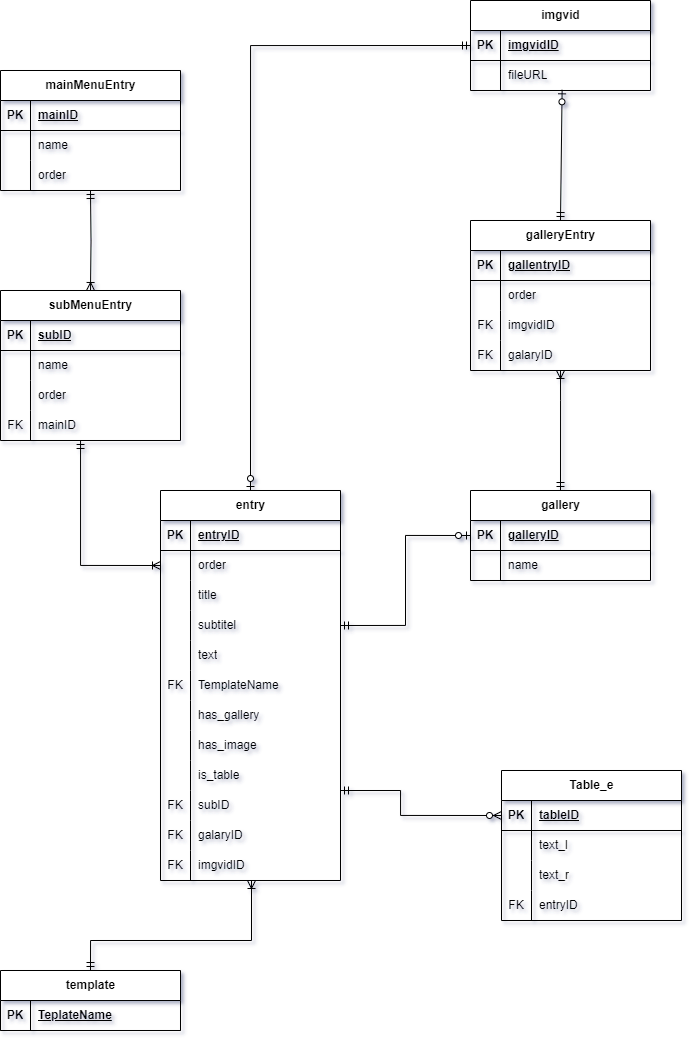
This is src/db/schema.png from Werzu25/MusikbezirkSilz, a draw.io export, as it was before one commit. Source tidied: cells renumbered, new cells last; positions are measured from the earlier drawing's top-left corner, leaving out a move shared by most shapes.
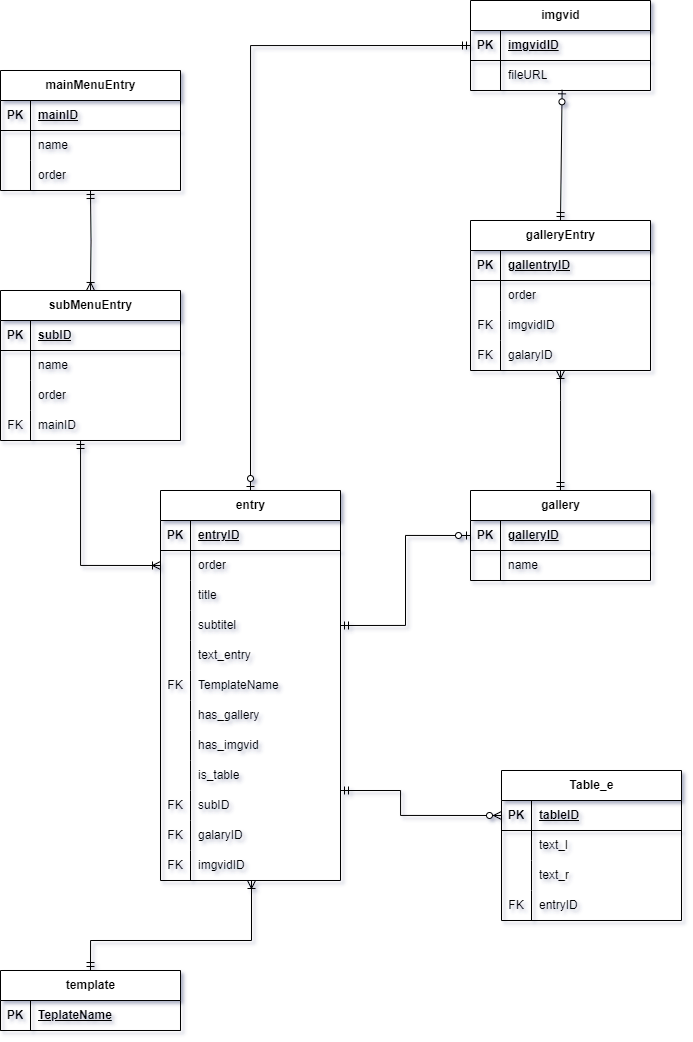
Later version of the same file.

What changed in the source:
```diff
@@ -277,7 +277,7 @@
     <mxCell id="87" style="shape=tableRow;horizontal=0;startSize=0;swimlaneHead=0;swimlaneBody=0;fillColor=none;top=0;left=0;right=0;bottom=0;" parent="1" vertex="1">
       <mxGeometry x="160" y="650" width="180" height="30" as="geometry" />
     </mxCell>
-    <mxCell id="88" value="text" style="shape=partialRectangle;fillColor=none;top=0;left=1;bottom=0;right=0;align=left;spacingLeft=6;overflow=hidden;whiteSpace=wrap;html=1;" parent="87" vertex="1">
+    <mxCell id="88" value="text_entry" style="shape=partialRectangle;fillColor=none;top=0;left=1;bottom=0;right=0;align=left;spacingLeft=6;overflow=hidden;whiteSpace=wrap;html=1;" parent="87" vertex="1">
       <mxGeometry x="30" y="-10" width="150" height="30" as="geometry" />
     </mxCell>
     <mxCell id="89" style="shape=tableRow;horizontal=0;startSize=0;swimlaneHead=0;swimlaneBody=0;fillColor=none;top=0;left=0;right=0;bottom=0;" parent="1" vertex="1">
@@ -295,7 +295,7 @@
     <mxCell id="93" value="is_table" style="shape=partialRectangle;fillColor=none;top=0;left=1;bottom=0;right=0;align=left;spacingLeft=6;overflow=hidden;whiteSpace=wrap;html=1;" parent="1" vertex="1">
       <mxGeometry x="190" y="760" width="150" height="30" as="geometry" />
     </mxCell>
-    <mxCell id="94" value="has_image" style="shape=partialRectangle;fillColor=none;top=0;left=1;bottom=0;right=0;align=left;spacingLeft=6;overflow=hidden;whiteSpace=wrap;html=1;" parent="1" vertex="1">
+    <mxCell id="94" value="has_imgvid" style="shape=partialRectangle;fillColor=none;top=0;left=1;bottom=0;right=0;align=left;spacingLeft=6;overflow=hidden;whiteSpace=wrap;html=1;" parent="1" vertex="1">
       <mxGeometry x="190" y="730" width="150" height="30" as="geometry" />
     </mxCell>
     <mxCell id="95" value="Table_e" style="shape=table;startSize=30;rowLines=0;fontStyle=1;align=center;html=1;" parent="1" vertex="1">
```
